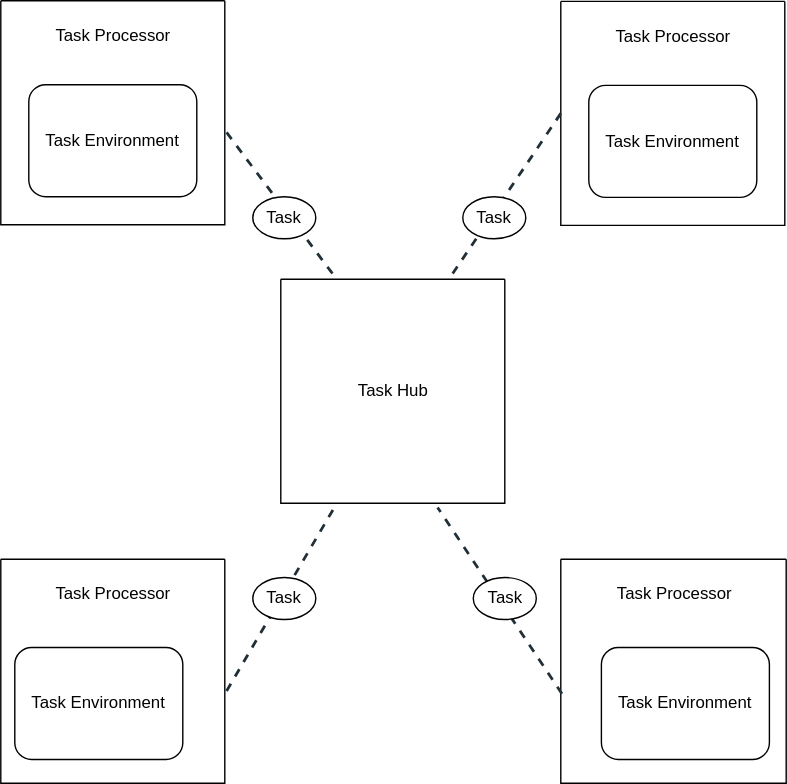
The draw.io diagram Task.drawio.svg in markNZed/TaskFlow, before a commit. Source tidied: cells renumbered, new cells last; positions are measured from the earlier drawing's top-left corner, leaving out a move shared by most shapes.
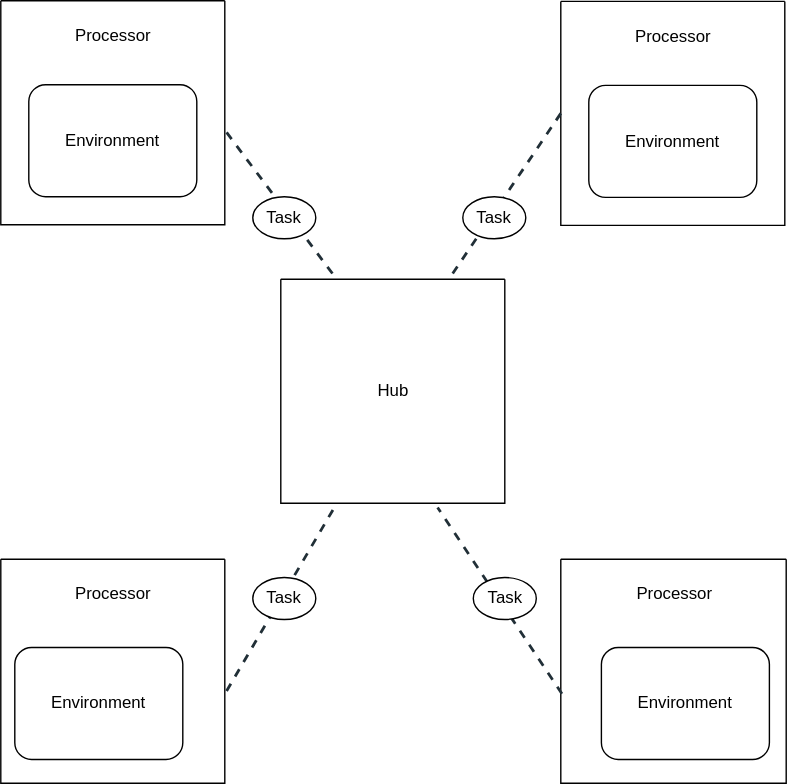
The same diagram one commit later.

Diff of the diagram source:
```diff
@@ -5,13 +5,13 @@
     <mxCell id="2" style="swimlane;startSize=0;" parent="1" vertex="1">
       <mxGeometry y="399" width="160" height="160" as="geometry" />
     </mxCell>
-    <mxCell id="3" value="Task Processor" style="text;html=1;align=center;verticalAlign=middle;strokeColor=none;fillColor=none;" parent="2" vertex="1">
+    <mxCell id="3" value="Processor" style="text;html=1;align=center;verticalAlign=middle;strokeColor=none;fillColor=none;" parent="2" vertex="1">
       <mxGeometry x="25" y="10" width="110" height="30" as="geometry" />
     </mxCell>
     <mxCell id="4" style="swimlane;startSize=0;" parent="1" vertex="1">
       <mxGeometry x="400" y="399" width="161" height="160" as="geometry" />
     </mxCell>
-    <mxCell id="5" value="Task Processor" style="text;html=1;align=center;verticalAlign=middle;strokeColor=none;fillColor=none;" parent="4" vertex="1">
+    <mxCell id="5" value="Processor" style="text;html=1;align=center;verticalAlign=middle;strokeColor=none;fillColor=none;" parent="4" vertex="1">
       <mxGeometry x="26" y="10" width="110" height="30" as="geometry" />
     </mxCell>
     <mxCell id="6" style="endArrow=none;dashed=1;html=1;strokeColor=#212f37;strokeWidth=2;fontFamily=Titillium Web;fontSize=18;fontColor=#212f37;elbow=vertical;exitX=1.008;exitY=0.588;exitDx=0;exitDy=0;entryX=0.25;entryY=1;entryDx=0;entryDy=0;exitPerimeter=0;" parent="1" edge="1" source="2" target="9">
@@ -26,22 +26,22 @@
     <mxCell id="9" style="swimlane;startSize=0;" parent="1" vertex="1">
       <mxGeometry x="200" y="199" width="160" height="160" as="geometry" />
     </mxCell>
-    <mxCell id="10" value="Task Hub" style="text;html=1;align=center;verticalAlign=middle;strokeColor=none;fillColor=none;" parent="9" vertex="1">
+    <mxCell id="10" value="Hub" style="text;html=1;align=center;verticalAlign=middle;strokeColor=none;fillColor=none;" parent="9" vertex="1">
       <mxGeometry x="40" y="65" width="80" height="30" as="geometry" />
     </mxCell>
     <mxCell id="11" value="Task" style="ellipse;whiteSpace=wrap;html=1;" parent="1" vertex="1">
       <mxGeometry x="337.5" y="412" width="45" height="30" as="geometry" />
     </mxCell>
-    <mxCell id="12" value="Task Environment" style="rounded=1;whiteSpace=wrap;html=1;" parent="1" vertex="1">
+    <mxCell id="12" value="Environment" style="rounded=1;whiteSpace=wrap;html=1;" parent="1" vertex="1">
       <mxGeometry x="10" y="462" width="120" height="80" as="geometry" />
     </mxCell>
-    <mxCell id="13" value="Task Environment" style="rounded=1;whiteSpace=wrap;html=1;" parent="1" vertex="1">
+    <mxCell id="13" value="Environment" style="rounded=1;whiteSpace=wrap;html=1;" parent="1" vertex="1">
       <mxGeometry x="429" y="462" width="120" height="80" as="geometry" />
     </mxCell>
     <mxCell id="14" style="swimlane;startSize=0;" parent="1" vertex="1">
       <mxGeometry width="160" height="160" as="geometry" />
     </mxCell>
-    <mxCell id="15" value="Task Processor" style="text;html=1;align=center;verticalAlign=middle;strokeColor=none;fillColor=none;" parent="14" vertex="1">
+    <mxCell id="15" value="Processor" style="text;html=1;align=center;verticalAlign=middle;strokeColor=none;fillColor=none;" parent="14" vertex="1">
       <mxGeometry x="25" y="10" width="110" height="30" as="geometry" />
     </mxCell>
     <mxCell id="16" style="endArrow=none;dashed=1;html=1;strokeColor=#212f37;strokeWidth=2;fontFamily=Titillium Web;fontSize=18;fontColor=#212f37;elbow=vertical;exitX=1.008;exitY=0.588;exitDx=0;exitDy=0;entryX=0.25;entryY=0;entryDx=0;entryDy=0;exitPerimeter=0;" parent="1" edge="1" source="14" target="9">
@@ -50,13 +50,13 @@
     <mxCell id="17" value="Task" style="ellipse;whiteSpace=wrap;html=1;" parent="1" vertex="1">
       <mxGeometry x="180" y="140" width="45" height="30" as="geometry" />
     </mxCell>
-    <mxCell id="18" value="Task Environment" style="rounded=1;whiteSpace=wrap;html=1;" parent="1" vertex="1">
+    <mxCell id="18" value="Environment" style="rounded=1;whiteSpace=wrap;html=1;" parent="1" vertex="1">
       <mxGeometry x="20" y="60" width="120" height="80" as="geometry" />
     </mxCell>
     <mxCell id="19" style="swimlane;startSize=0;" parent="1" vertex="1">
       <mxGeometry x="400" y="0.5" width="160" height="160" as="geometry" />
     </mxCell>
-    <mxCell id="20" value="Task Processor" style="text;html=1;align=center;verticalAlign=middle;strokeColor=none;fillColor=none;" parent="19" vertex="1">
+    <mxCell id="20" value="Processor" style="text;html=1;align=center;verticalAlign=middle;strokeColor=none;fillColor=none;" parent="19" vertex="1">
       <mxGeometry x="25" y="10" width="110" height="30" as="geometry" />
     </mxCell>
     <mxCell id="21" style="endArrow=none;dashed=1;html=1;strokeColor=#212f37;strokeWidth=2;fontFamily=Titillium Web;fontSize=18;fontColor=#212f37;elbow=vertical;exitX=0;exitY=0.5;exitDx=0;exitDy=0;entryX=0.75;entryY=0;entryDx=0;entryDy=0;" parent="1" edge="1" source="19" target="9">
@@ -65,7 +65,7 @@
     <mxCell id="22" value="Task" style="ellipse;whiteSpace=wrap;html=1;" parent="1" vertex="1">
       <mxGeometry x="330" y="140" width="45" height="30" as="geometry" />
     </mxCell>
-    <mxCell id="23" value="Task Environment" style="rounded=1;whiteSpace=wrap;html=1;" parent="1" vertex="1">
+    <mxCell id="23" value="Environment" style="rounded=1;whiteSpace=wrap;html=1;" parent="1" vertex="1">
       <mxGeometry x="420" y="60.5" width="120" height="80" as="geometry" />
     </mxCell>
   </root>
```
